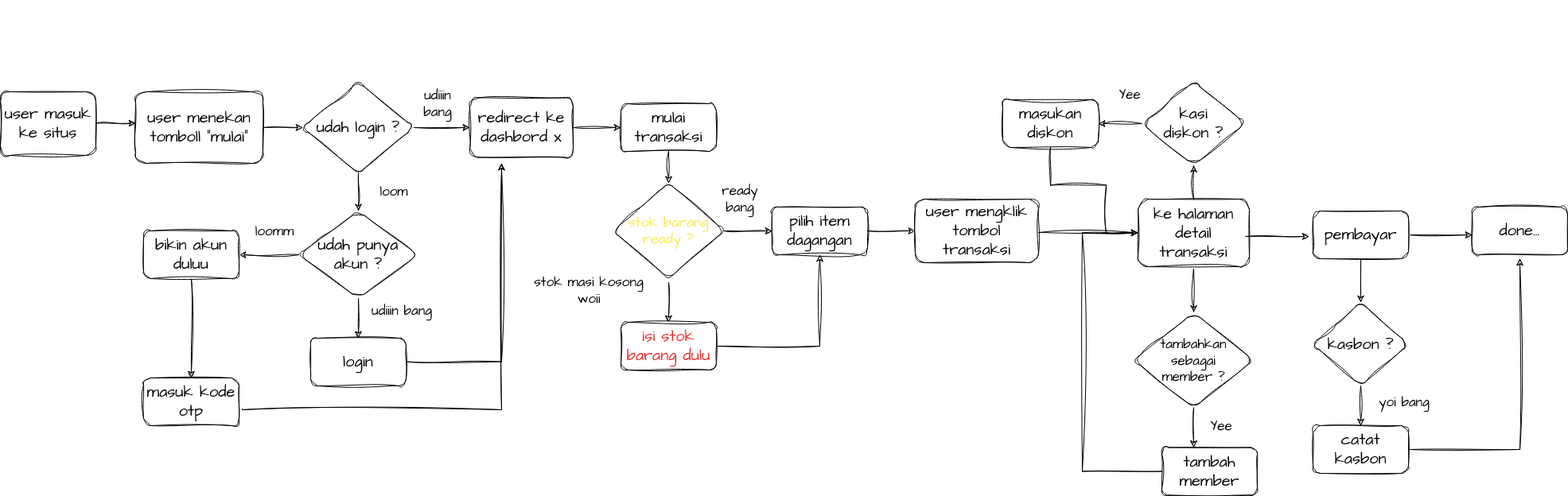
Above: Untitled Diagram.drawio.png in Petrichor-Dev/mypos (draw.io), before the change. Source tidied: cells renumbered, new cells last; positions are measured from the earlier drawing's top-left corner, leaving out a move shared by most shapes.
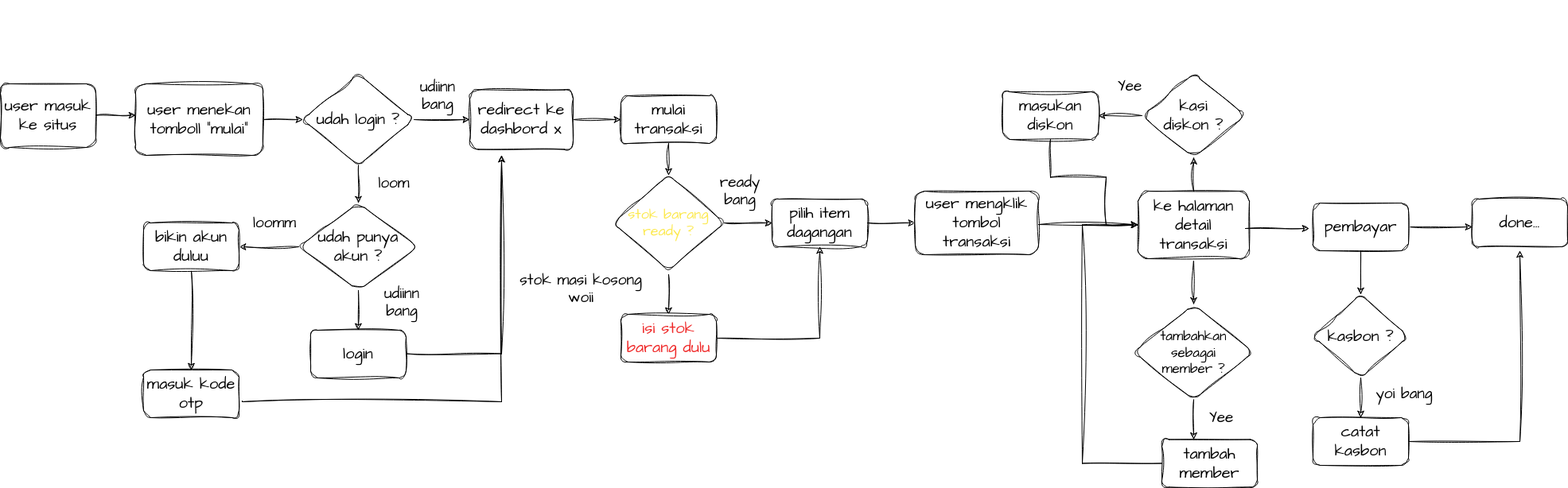
Later version of the same file.

Change to the diagram source:
```diff
@@ -59,16 +59,16 @@
         <mxPoint x="630" y="205" as="targetPoint" />
       </mxGeometry>
     </mxCell>
-    <mxCell id="18" value="udiiin bang" style="text;strokeColor=none;align=center;fillColor=none;html=1;verticalAlign=middle;whiteSpace=wrap;rounded=0;sketch=1;hachureGap=4;jiggle=2;curveFitting=1;fontFamily=Architects Daughter;fontSource=https%3A%2F%2Ffonts.googleapis.com%2Fcss%3Ffamily%3DArchitects%2BDaughter;fontSize=17;labelBackgroundColor=none;" parent="1" vertex="1">
+    <mxCell id="18" value="&lt;font style=&quot;font-size: 19px;&quot;&gt;udiinn bang&lt;/font&gt;" style="text;strokeColor=none;align=center;fillColor=none;html=1;verticalAlign=middle;whiteSpace=wrap;rounded=0;sketch=1;hachureGap=4;jiggle=2;curveFitting=1;fontFamily=Architects Daughter;fontSource=https%3A%2F%2Ffonts.googleapis.com%2Fcss%3Ffamily%3DArchitects%2BDaughter;fontSize=17;labelBackgroundColor=none;" parent="1" vertex="1">
       <mxGeometry x="460" y="375" width="90" height="30" as="geometry" />
     </mxCell>
-    <mxCell id="19" value="udiiin bang" style="text;strokeColor=none;align=center;fillColor=none;html=1;verticalAlign=middle;whiteSpace=wrap;rounded=0;sketch=1;hachureGap=4;jiggle=2;curveFitting=1;fontFamily=Architects Daughter;fontSource=https%3A%2F%2Ffonts.googleapis.com%2Fcss%3Ffamily%3DArchitects%2BDaughter;fontSize=17;labelBackgroundColor=none;" parent="1" vertex="1">
+    <mxCell id="19" value="&lt;font style=&quot;font-size: 19px;&quot;&gt;udiinn bang&lt;/font&gt;" style="text;strokeColor=none;align=center;fillColor=none;html=1;verticalAlign=middle;whiteSpace=wrap;rounded=0;sketch=1;hachureGap=4;jiggle=2;curveFitting=1;fontFamily=Architects Daughter;fontSource=https%3A%2F%2Ffonts.googleapis.com%2Fcss%3Ffamily%3DArchitects%2BDaughter;fontSize=17;labelBackgroundColor=none;" parent="1" vertex="1">
       <mxGeometry x="520" y="115" width="60" height="30" as="geometry" />
     </mxCell>
-    <mxCell id="20" value="loomm" style="text;strokeColor=none;align=center;fillColor=none;html=1;verticalAlign=middle;whiteSpace=wrap;rounded=0;sketch=1;hachureGap=4;jiggle=2;curveFitting=1;fontFamily=Architects Daughter;fontSource=https%3A%2F%2Ffonts.googleapis.com%2Fcss%3Ffamily%3DArchitects%2BDaughter;fontSize=17;labelBackgroundColor=none;" parent="1" vertex="1">
+    <mxCell id="20" value="&lt;font style=&quot;font-size: 19px;&quot;&gt;loomm&lt;/font&gt;" style="text;strokeColor=none;align=center;fillColor=none;html=1;verticalAlign=middle;whiteSpace=wrap;rounded=0;sketch=1;hachureGap=4;jiggle=2;curveFitting=1;fontFamily=Architects Daughter;fontSource=https%3A%2F%2Ffonts.googleapis.com%2Fcss%3Ffamily%3DArchitects%2BDaughter;fontSize=17;labelBackgroundColor=none;" parent="1" vertex="1">
       <mxGeometry x="315" y="275" width="60" height="30" as="geometry" />
     </mxCell>
-    <mxCell id="21" value="loom" style="text;strokeColor=none;align=center;fillColor=none;html=1;verticalAlign=middle;whiteSpace=wrap;rounded=0;sketch=1;hachureGap=4;jiggle=2;curveFitting=1;fontFamily=Architects Daughter;fontSource=https%3A%2F%2Ffonts.googleapis.com%2Fcss%3Ffamily%3DArchitects%2BDaughter;fontSize=17;labelBackgroundColor=none;" parent="1" vertex="1">
+    <mxCell id="21" value="&lt;font style=&quot;font-size: 19px;&quot;&gt;loom&lt;/font&gt;" style="text;strokeColor=none;align=center;fillColor=none;html=1;verticalAlign=middle;whiteSpace=wrap;rounded=0;sketch=1;hachureGap=4;jiggle=2;curveFitting=1;fontFamily=Architects Daughter;fontSource=https%3A%2F%2Ffonts.googleapis.com%2Fcss%3Ffamily%3DArchitects%2BDaughter;fontSize=17;labelBackgroundColor=none;" parent="1" vertex="1">
       <mxGeometry x="465" y="225" width="60" height="30" as="geometry" />
     </mxCell>
     <mxCell id="22" style="edgeStyle=orthogonalEdgeStyle;rounded=0;sketch=1;hachureGap=4;jiggle=2;curveFitting=1;jettySize=auto;html=1;fontFamily=Architects Daughter;fontSource=https%3A%2F%2Ffonts.googleapis.com%2Fcss%3Ffamily%3DArchitects%2BDaughter;fontSize=20;labelBackgroundColor=none;fontColor=default;" parent="1" edge="1" source="23" target="24">
@@ -118,11 +118,11 @@
     <mxCell id="34" value="&lt;font color=&quot;#ef2929&quot;&gt;isi stok barang dulu&lt;/font&gt;" style="whiteSpace=wrap;html=1;fontSize=20;fontFamily=Architects Daughter;rounded=1;sketch=1;curveFitting=1;jiggle=2;hachureGap=4;fontSource=https%3A%2F%2Ffonts.googleapis.com%2Fcss%3Ffamily%3DArchitects%2BDaughter;spacing=2;labelBackgroundColor=none;" parent="1" vertex="1">
       <mxGeometry x="780" y="405" width="120" height="60" as="geometry" />
     </mxCell>
-    <mxCell id="35" value="ready bang" style="text;strokeColor=none;align=center;fillColor=none;html=1;verticalAlign=middle;whiteSpace=wrap;rounded=0;sketch=1;hachureGap=4;jiggle=2;curveFitting=1;fontFamily=Architects Daughter;fontSource=https%3A%2F%2Ffonts.googleapis.com%2Fcss%3Ffamily%3DArchitects%2BDaughter;fontSize=17;labelBackgroundColor=none;" parent="1" vertex="1">
+    <mxCell id="35" value="ready bang" style="text;strokeColor=none;align=center;fillColor=none;html=1;verticalAlign=middle;whiteSpace=wrap;rounded=0;sketch=1;hachureGap=4;jiggle=2;curveFitting=1;fontFamily=Architects Daughter;fontSource=https%3A%2F%2Ffonts.googleapis.com%2Fcss%3Ffamily%3DArchitects%2BDaughter;fontSize=19;labelBackgroundColor=none;" parent="1" vertex="1">
       <mxGeometry x="900" y="235" width="60" height="30" as="geometry" />
     </mxCell>
-    <mxCell id="36" value="stok masi kosong woii " style="text;strokeColor=none;align=center;fillColor=none;html=1;verticalAlign=middle;whiteSpace=wrap;rounded=0;sketch=1;hachureGap=4;jiggle=2;curveFitting=1;fontFamily=Architects Daughter;fontSource=https%3A%2F%2Ffonts.googleapis.com%2Fcss%3Ffamily%3DArchitects%2BDaughter;fontSize=17;labelBackgroundColor=none;" parent="1" vertex="1">
-      <mxGeometry x="670" y="350" width="140" height="30" as="geometry" />
+    <mxCell id="36" value="&lt;font style=&quot;font-size: 19px;&quot;&gt;stok masi kosong woii &lt;/font&gt;" style="text;strokeColor=none;align=center;fillColor=none;html=1;verticalAlign=middle;whiteSpace=wrap;rounded=0;sketch=1;hachureGap=4;jiggle=2;curveFitting=1;fontFamily=Architects Daughter;fontSource=https%3A%2F%2Ffonts.googleapis.com%2Fcss%3Ffamily%3DArchitects%2BDaughter;fontSize=17;labelBackgroundColor=none;" parent="1" vertex="1">
+      <mxGeometry x="650" y="352.5" width="160" height="40" as="geometry" />
     </mxCell>
     <mxCell id="37" style="edgeStyle=orthogonalEdgeStyle;rounded=0;sketch=1;hachureGap=4;jiggle=2;curveFitting=1;jettySize=auto;html=1;fontFamily=Architects Daughter;fontSource=https%3A%2F%2Ffonts.googleapis.com%2Fcss%3Ffamily%3DArchitects%2BDaughter;fontSize=17;fontColor=default;labelBackgroundColor=none;" parent="1" edge="1" source="39" target="41">
       <mxGeometry relative="1" as="geometry" />
@@ -171,7 +171,7 @@
     <mxCell id="48" value="masukan diskon" style="rounded=1;whiteSpace=wrap;html=1;fontSize=20;fontFamily=Architects Daughter;sketch=1;curveFitting=1;jiggle=2;hachureGap=4;fontSource=https%3A%2F%2Ffonts.googleapis.com%2Fcss%3Ffamily%3DArchitects%2BDaughter;spacing=2;labelBackgroundColor=none;" parent="1" vertex="1">
       <mxGeometry x="1260" y="125" width="120" height="60" as="geometry" />
     </mxCell>
-    <mxCell id="49" value="Yee" style="text;strokeColor=none;align=center;fillColor=none;html=1;verticalAlign=middle;whiteSpace=wrap;rounded=0;sketch=1;hachureGap=4;jiggle=2;curveFitting=1;fontFamily=Architects Daughter;fontSource=https%3A%2F%2Ffonts.googleapis.com%2Fcss%3Ffamily%3DArchitects%2BDaughter;fontSize=17;labelBackgroundColor=none;" parent="1" vertex="1">
+    <mxCell id="49" value="&lt;font style=&quot;font-size: 19px;&quot;&gt;Yee&lt;/font&gt;" style="text;strokeColor=none;align=center;fillColor=none;html=1;verticalAlign=middle;whiteSpace=wrap;rounded=0;sketch=1;hachureGap=4;jiggle=2;curveFitting=1;fontFamily=Architects Daughter;fontSource=https%3A%2F%2Ffonts.googleapis.com%2Fcss%3Ffamily%3DArchitects%2BDaughter;fontSize=17;labelBackgroundColor=none;" parent="1" vertex="1">
       <mxGeometry x="1390" y="102.5" width="60" height="30" as="geometry" />
     </mxCell>
     <mxCell id="50" style="edgeStyle=orthogonalEdgeStyle;rounded=0;sketch=1;hachureGap=4;jiggle=2;curveFitting=1;orthogonalLoop=1;jettySize=auto;html=1;fontFamily=Architects Daughter;fontSource=https%3A%2F%2Ffonts.googleapis.com%2Fcss%3Ffamily%3DArchitects%2BDaughter;fontSize=17;fontColor=default;labelBackgroundColor=none;" parent="1" edge="1">
@@ -180,7 +180,7 @@
         <mxPoint x="1430" y="292" as="targetPoint" />
       </mxGeometry>
     </mxCell>
-    <mxCell id="51" value="Yee" style="text;strokeColor=none;align=center;fillColor=none;html=1;verticalAlign=middle;whiteSpace=wrap;rounded=0;sketch=1;hachureGap=4;jiggle=2;curveFitting=1;fontFamily=Architects Daughter;fontSource=https%3A%2F%2Ffonts.googleapis.com%2Fcss%3Ffamily%3DArchitects%2BDaughter;fontSize=17;labelBackgroundColor=none;" parent="1" vertex="1">
+    <mxCell id="51" value="&lt;font style=&quot;font-size: 19px;&quot;&gt;Yee&lt;/font&gt;" style="text;strokeColor=none;align=center;fillColor=none;html=1;verticalAlign=middle;whiteSpace=wrap;rounded=0;sketch=1;hachureGap=4;jiggle=2;curveFitting=1;fontFamily=Architects Daughter;fontSource=https%3A%2F%2Ffonts.googleapis.com%2Fcss%3Ffamily%3DArchitects%2BDaughter;fontSize=17;labelBackgroundColor=none;" parent="1" vertex="1">
       <mxGeometry x="1505" y="520" width="60" height="30" as="geometry" />
     </mxCell>
     <mxCell id="52" style="edgeStyle=orthogonalEdgeStyle;rounded=0;sketch=1;hachureGap=4;jiggle=2;curveFitting=1;jettySize=auto;html=1;fontFamily=Architects Daughter;fontSource=https%3A%2F%2Ffonts.googleapis.com%2Fcss%3Ffamily%3DArchitects%2BDaughter;fontSize=17;fontColor=default;labelBackgroundColor=none;exitX=0;exitY=0.5;exitDx=0;exitDy=0;" parent="1" edge="1" source="53">
@@ -212,7 +212,7 @@
     <mxCell id="58" value="done..." style="whiteSpace=wrap;html=1;fontSize=20;fontFamily=Architects Daughter;rounded=1;sketch=1;curveFitting=1;jiggle=2;hachureGap=4;fontSource=https%3A%2F%2Ffonts.googleapis.com%2Fcss%3Ffamily%3DArchitects%2BDaughter;spacing=2;labelBackgroundColor=none;" parent="1" vertex="1">
       <mxGeometry x="1850" y="260" width="120" height="60" as="geometry" />
     </mxCell>
-    <mxCell id="59" value="yoi bang" style="text;strokeColor=none;align=center;fillColor=none;html=1;verticalAlign=middle;whiteSpace=wrap;rounded=0;sketch=1;hachureGap=4;jiggle=2;curveFitting=1;fontFamily=Architects Daughter;fontSource=https%3A%2F%2Ffonts.googleapis.com%2Fcss%3Ffamily%3DArchitects%2BDaughter;fontSize=17;labelBackgroundColor=none;" parent="1" vertex="1">
+    <mxCell id="59" value="&lt;font style=&quot;font-size: 19px;&quot;&gt;yoi bang&lt;/font&gt;" style="text;strokeColor=none;align=center;fillColor=none;html=1;verticalAlign=middle;whiteSpace=wrap;rounded=0;sketch=1;hachureGap=4;jiggle=2;curveFitting=1;fontFamily=Architects Daughter;fontSource=https%3A%2F%2Ffonts.googleapis.com%2Fcss%3Ffamily%3DArchitects%2BDaughter;fontSize=17;labelBackgroundColor=none;" parent="1" vertex="1">
       <mxGeometry x="1720" y="490" width="90" height="30" as="geometry" />
     </mxCell>
     <mxCell id="60" value="&lt;div&gt;user mengklik tombol transaksi&lt;br&gt;&lt;/div&gt;" style="whiteSpace=wrap;html=1;fontSize=20;fontFamily=Architects Daughter;rounded=1;sketch=1;curveFitting=1;jiggle=2;hachureGap=4;fontSource=https%3A%2F%2Ffonts.googleapis.com%2Fcss%3Ffamily%3DArchitects%2BDaughter;spacing=2;labelBackgroundColor=none;" parent="1" vertex="1">
@@ -225,7 +225,7 @@
       </mxGeometry>
     </mxCell>
     <mxCell id="62" value="&lt;font style=&quot;font-size: 24px;&quot;&gt;&lt;b&gt;&lt;font style=&quot;font-size: 24px;&quot; color=&quot;#ffffff&quot;&gt;USER FLOW component 1&lt;/font&gt;&lt;/b&gt;&lt;/font&gt;" style="text;html=1;align=center;verticalAlign=middle;strokeColor=none;fillColor=none;fontSize=20;fontFamily=Architects Daughter;fontColor=#fce94f;sketch=1;hachureGap=4;jiggle=2;curveFitting=1;fontSource=https%3A%2F%2Ffonts.googleapis.com%2Fcss%3Ffamily%3DArchitects%2BDaughter;" parent="1" vertex="1">
-      <mxGeometry x="560" width="320" height="40" as="geometry" />
+      <mxGeometry x="890" y="10" width="320" height="40" as="geometry" />
     </mxCell>
   </root>
 </mxGraphModel>
```
